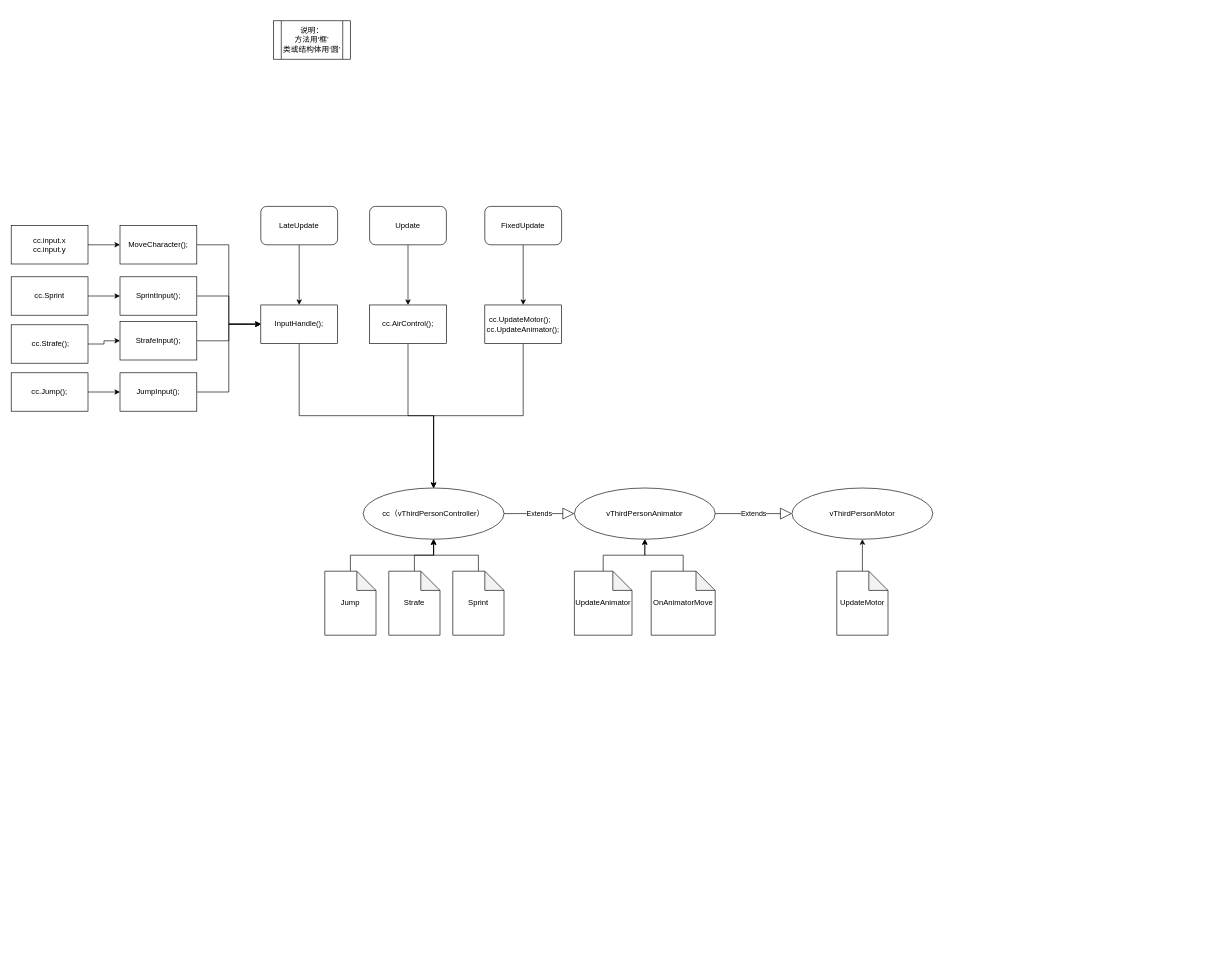
Above: CharacterAnimationGraph.drawio in gatzai/DrawioStorage (draw.io), before the change. Source tidied: cells renumbered, new cells numbered last; positions are measured from the earlier drawing's top-left corner, leaving out a move shared by most shapes. Both pictures are drawn from the tidied source at 64%, with x=0, y=0 at pixel (11, 20).
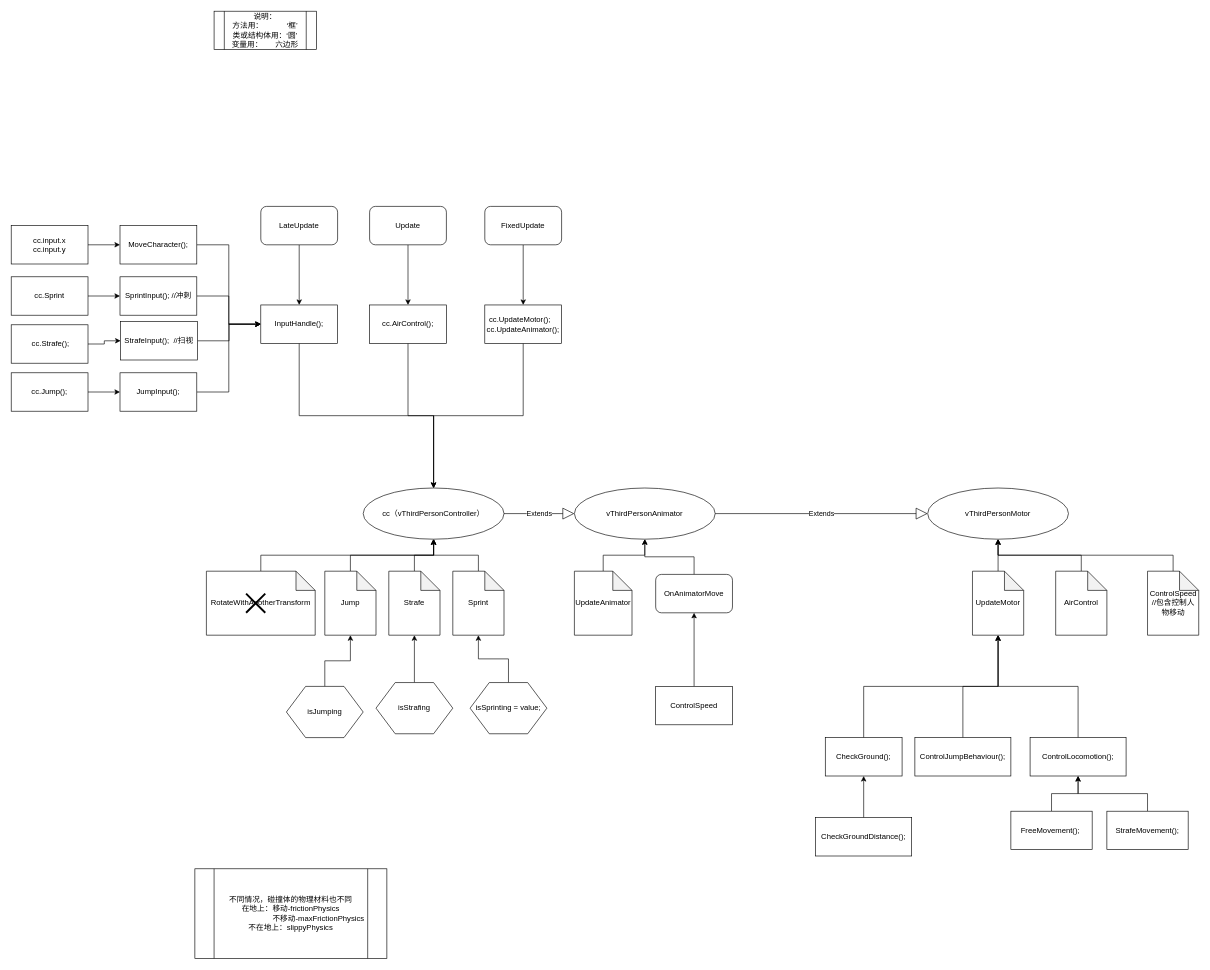
The same page after the edit.

The change refers to these unchanged cells:
```xml
<mxCell id="14" value="cc（vThirdPersonController）" style="ellipse;whiteSpace=wrap;html=1;" parent="1" vertex="1">
  <mxGeometry x="550" y="730" width="220" height="80" as="geometry" />
</mxCell>
<mxCell id="16" value="vThirdPersonAnimator" style="ellipse;whiteSpace=wrap;html=1;" parent="1" vertex="1">
  <mxGeometry x="880" y="730" width="220" height="80" as="geometry" />
</mxCell>
<mxCell id="20" value="Jump" style="shape=note;whiteSpace=wrap;html=1;backgroundOutline=1;darkOpacity=0.05;" parent="1" vertex="1">
  <mxGeometry x="490" y="860" width="80" height="100" as="geometry" />
</mxCell>
<mxCell id="22" value="Strafe" style="shape=note;whiteSpace=wrap;html=1;backgroundOutline=1;darkOpacity=0.05;" parent="1" vertex="1">
  <mxGeometry x="590" y="860" width="80" height="100" as="geometry" />
</mxCell>
<mxCell id="24" value="Sprint" style="shape=note;whiteSpace=wrap;html=1;backgroundOutline=1;darkOpacity=0.05;" parent="1" vertex="1">
  <mxGeometry x="690" y="860" width="80" height="100" as="geometry" />
</mxCell>
```

The edit, as a diff of the source:
```diff
@@
     <mxCell id="17" value="vThirdPersonMotor" style="ellipse;whiteSpace=wrap;html=1;" parent="1" vertex="1">
-      <mxGeometry x="1220" y="730" width="220" height="80" as="geometry" />
+      <mxGeometry x="1432" y="730" width="220" height="80" as="geometry" />
     </mxCell>
@@
-    <mxCell id="27" style="edgeStyle=orthogonalEdgeStyle;rounded=0;jettySize=auto;html=1;exitX=0.5;exitY=0;exitDx=0;exitDy=0;exitPerimeter=0;" parent="1" edge="1" source="28" target="16">
+    <mxCell id="27" style="edgeStyle=orthogonalEdgeStyle;rounded=0;jettySize=auto;html=1;exitX=0.5;exitY=0;exitDx=0;exitDy=0;" parent="1" edge="1" source="28" target="16">
       <mxGeometry relative="1" as="geometry" />
     </mxCell>
-    <mxCell id="28" value="OnAnimatorMove" style="shape=note;whiteSpace=wrap;html=1;backgroundOutline=1;darkOpacity=0.05;" parent="1" vertex="1">
-      <mxGeometry x="1000" y="860" width="100" height="100" as="geometry" />
-    </mxCell>
-    <mxCell id="29" value="说明：&lt;br&gt;方法用‘框’&lt;br&gt;类或结构体用‘圆’&lt;br&gt;" style="shape=process;whiteSpace=wrap;html=1;backgroundOutline=1;" parent="1" vertex="1">
-      <mxGeometry x="410" width="120" height="60" as="geometry" />
+    <mxCell id="29" value="说明：&lt;br&gt;方法用：&amp;nbsp; &amp;nbsp; &amp;nbsp; &amp;nbsp; &amp;nbsp; &amp;nbsp;‘框’&lt;br&gt;类或结构体用：‘圆’&lt;br&gt;变量用：&amp;nbsp; &amp;nbsp; &amp;nbsp; 六边形" style="shape=process;whiteSpace=wrap;html=1;backgroundOutline=1;" parent="1" vertex="1">
+      <mxGeometry x="317" y="-15" width="160" height="60" as="geometry" />
     </mxCell>
@@
-    <mxCell id="35" value="&lt;div style=&quot;white-space: normal&quot;&gt;&lt;div&gt;SprintInput();&lt;/div&gt;&lt;/div&gt;" style="rounded=0;whiteSpace=wrap;html=1;" parent="1" vertex="1">
+    <mxCell id="35" value="&lt;div style=&quot;white-space: normal&quot;&gt;&lt;div&gt;SprintInput(); //冲刺&lt;/div&gt;&lt;/div&gt;" style="rounded=0;whiteSpace=wrap;html=1;" parent="1" vertex="1">
       <mxGeometry x="170" y="400" width="120" height="60" as="geometry" />
     </mxCell>
@@
-    <mxCell id="37" value="&lt;div style=&quot;white-space: normal&quot;&gt;&lt;div&gt;StrafeInput();&lt;/div&gt;&lt;/div&gt;" style="rounded=0;whiteSpace=wrap;html=1;" parent="1" vertex="1">
-      <mxGeometry x="170" y="470" width="120" height="60" as="geometry" />
+    <mxCell id="37" value="&lt;div style=&quot;white-space: normal&quot;&gt;&lt;div&gt;StrafeInput();&amp;nbsp; //扫视&lt;/div&gt;&lt;/div&gt;" style="rounded=0;whiteSpace=wrap;html=1;" parent="1" vertex="1">
+      <mxGeometry x="171" y="470" width="120" height="60" as="geometry" />
     </mxCell>
@@
     <mxCell id="47" value="UpdateMotor" style="shape=note;whiteSpace=wrap;html=1;backgroundOutline=1;darkOpacity=0.05;" parent="1" vertex="1">
-      <mxGeometry x="1290" y="860" width="80" height="100" as="geometry" />
+      <mxGeometry x="1502" y="860" width="80" height="100" as="geometry" />
     </mxCell>
+    <mxCell id="48" style="edgeStyle=orthogonalEdgeStyle;rounded=0;jettySize=auto;html=1;exitX=0.5;exitY=0;exitDx=0;exitDy=0;exitPerimeter=0;" parent="1" edge="1" source="49" target="14">
+      <mxGeometry relative="1" as="geometry" />
+    </mxCell>
+    <mxCell id="49" value="RotateWithAnotherTransform" style="shape=note;whiteSpace=wrap;html=1;backgroundOutline=1;darkOpacity=0.05;" parent="1" vertex="1">
+      <mxGeometry x="305" y="860" width="170" height="100" as="geometry" />
+    </mxCell>
+    <mxCell id="50" style="edgeStyle=orthogonalEdgeStyle;rounded=0;jettySize=auto;html=1;exitX=0.5;exitY=0;exitDx=0;exitDy=0;exitPerimeter=0;" parent="1" edge="1" source="51" target="17">
+      <mxGeometry relative="1" as="geometry" />
+    </mxCell>
+    <mxCell id="51" value="AirControl" style="shape=note;whiteSpace=wrap;html=1;backgroundOutline=1;darkOpacity=0.05;" parent="1" vertex="1">
+      <mxGeometry x="1632" y="860" width="80" height="100" as="geometry" />
+    </mxCell>
+    <mxCell id="52" style="edgeStyle=orthogonalEdgeStyle;rounded=0;jettySize=auto;html=1;exitX=0.5;exitY=0;exitDx=0;exitDy=0;" parent="1" edge="1" source="53" target="47">
+      <mxGeometry relative="1" as="geometry" />
+    </mxCell>
+    <mxCell id="53" value="CheckGround();" style="rounded=0;whiteSpace=wrap;html=1;" parent="1" vertex="1">
+      <mxGeometry x="1272" y="1120" width="120" height="60" as="geometry" />
+    </mxCell>
+    <mxCell id="54" style="edgeStyle=orthogonalEdgeStyle;rounded=0;jettySize=auto;html=1;exitX=0.5;exitY=0;exitDx=0;exitDy=0;" parent="1" edge="1" source="55" target="47">
+      <mxGeometry relative="1" as="geometry" />
+    </mxCell>
+    <mxCell id="55" value="ControlJumpBehaviour();" style="rounded=0;whiteSpace=wrap;html=1;" parent="1" vertex="1">
+      <mxGeometry x="1412" y="1120" width="150" height="60" as="geometry" />
+    </mxCell>
+    <mxCell id="56" style="edgeStyle=orthogonalEdgeStyle;rounded=0;jettySize=auto;html=1;exitX=0.5;exitY=0;exitDx=0;exitDy=0;" parent="1" edge="1" source="57" target="47">
+      <mxGeometry relative="1" as="geometry" />
+    </mxCell>
+    <mxCell id="57" value="ControlLocomotion();" style="rounded=0;whiteSpace=wrap;html=1;" parent="1" vertex="1">
+      <mxGeometry x="1592" y="1120" width="150" height="60" as="geometry" />
+    </mxCell>
+    <mxCell id="58" style="edgeStyle=orthogonalEdgeStyle;rounded=0;jettySize=auto;html=1;exitX=0.5;exitY=0;exitDx=0;exitDy=0;" parent="1" edge="1" source="59" target="53">
+      <mxGeometry relative="1" as="geometry" />
+    </mxCell>
+    <mxCell id="59" value="CheckGroundDistance();" style="rounded=0;whiteSpace=wrap;html=1;" parent="1" vertex="1">
+      <mxGeometry x="1257" y="1245" width="150" height="60" as="geometry" />
+    </mxCell>
+    <mxCell id="60" style="edgeStyle=orthogonalEdgeStyle;rounded=0;jettySize=auto;html=1;exitX=0.5;exitY=0;exitDx=0;exitDy=0;" parent="1" edge="1" source="61" target="57">
+      <mxGeometry relative="1" as="geometry" />
+    </mxCell>
+    <mxCell id="61" value="FreeMovement();&amp;nbsp;" style="rounded=0;whiteSpace=wrap;html=1;" parent="1" vertex="1">
+      <mxGeometry x="1562" y="1235" width="127" height="60" as="geometry" />
+    </mxCell>
+    <mxCell id="62" style="edgeStyle=orthogonalEdgeStyle;rounded=0;jettySize=auto;html=1;exitX=0.5;exitY=0;exitDx=0;exitDy=0;" parent="1" edge="1" source="63" target="57">
+      <mxGeometry relative="1" as="geometry" />
+    </mxCell>
+    <mxCell id="63" value="StrafeMovement();" style="rounded=0;whiteSpace=wrap;html=1;" parent="1" vertex="1">
+      <mxGeometry x="1712" y="1235" width="127" height="60" as="geometry" />
+    </mxCell>
+    <mxCell id="64" style="edgeStyle=orthogonalEdgeStyle;rounded=0;jettySize=auto;html=1;exitX=0.5;exitY=0;exitDx=0;exitDy=0;" parent="1" edge="1" source="65" target="22">
+      <mxGeometry relative="1" as="geometry" />
+    </mxCell>
+    <mxCell id="65" value="isStrafing" style="shape=hexagon;perimeter=hexagonPerimeter2;whiteSpace=wrap;html=1;" parent="1" vertex="1">
+      <mxGeometry x="570" y="1034" width="120" height="80" as="geometry" />
+    </mxCell>
+    <mxCell id="66" style="edgeStyle=orthogonalEdgeStyle;rounded=0;jettySize=auto;html=1;exitX=0.5;exitY=0;exitDx=0;exitDy=0;" parent="1" edge="1" source="67" target="24">
+      <mxGeometry relative="1" as="geometry" />
+    </mxCell>
+    <mxCell id="67" value="isSprinting = value;" style="shape=hexagon;perimeter=hexagonPerimeter2;whiteSpace=wrap;html=1;" parent="1" vertex="1">
+      <mxGeometry x="717" y="1034" width="120" height="80" as="geometry" />
+    </mxCell>
+    <mxCell id="68" style="edgeStyle=orthogonalEdgeStyle;rounded=0;jettySize=auto;html=1;exitX=0.5;exitY=0;exitDx=0;exitDy=0;" parent="1" edge="1" source="69" target="20">
+      <mxGeometry relative="1" as="geometry" />
+    </mxCell>
+    <mxCell id="69" value="isJumping" style="shape=hexagon;perimeter=hexagonPerimeter2;whiteSpace=wrap;html=1;" parent="1" vertex="1">
+      <mxGeometry x="430" y="1040" width="120" height="80" as="geometry" />
+    </mxCell>
+    <mxCell id="70" style="shape=umlDestroy;whiteSpace=wrap;html=1;strokeWidth=3;" parent="1" vertex="1">
+      <mxGeometry x="367" y="895" width="30" height="30" as="geometry" />
+    </mxCell>
+    <mxCell id="71" value="不同情况，碰撞体的物理材料也不同&lt;br&gt;在地上：移动-frictionPhysics&lt;br&gt;&amp;nbsp; &amp;nbsp; &amp;nbsp; &amp;nbsp; &amp;nbsp; &amp;nbsp; &amp;nbsp; &amp;nbsp; &amp;nbsp; &amp;nbsp; &amp;nbsp; &amp;nbsp; &amp;nbsp; 不移动-maxFrictionPhysics&lt;br&gt;不在地上：slippyPhysics" style="shape=process;whiteSpace=wrap;html=1;backgroundOutline=1;" parent="1" vertex="1">
+      <mxGeometry x="287" y="1325" width="300" height="140" as="geometry" />
+    </mxCell>
+    <mxCell id="28" value="&lt;span style=&quot;white-space: normal&quot;&gt;OnAnimatorMove&lt;/span&gt;" style="rounded=1;whiteSpace=wrap;html=1;" parent="1" vertex="1">
+      <mxGeometry x="1007" y="865" width="120" height="60" as="geometry" />
+    </mxCell>
+    <mxCell id="72" style="edgeStyle=orthogonalEdgeStyle;rounded=0;jettySize=auto;html=1;exitX=0.5;exitY=0;exitDx=0;exitDy=0;" parent="1" edge="1" source="73" target="28">
+      <mxGeometry relative="1" as="geometry" />
+    </mxCell>
+    <mxCell id="73" value="ControlSpeed" style="rounded=0;whiteSpace=wrap;html=1;" parent="1" vertex="1">
+      <mxGeometry x="1007" y="1040" width="120" height="60" as="geometry" />
+    </mxCell>
+    <mxCell id="74" style="edgeStyle=orthogonalEdgeStyle;rounded=0;jettySize=auto;html=1;exitX=0.5;exitY=0;exitDx=0;exitDy=0;exitPerimeter=0;" parent="1" edge="1" source="75" target="17">
+      <mxGeometry relative="1" as="geometry" />
+    </mxCell>
+    <mxCell id="75" value="ControlSpeed&lt;br&gt;//包含控制人物移动" style="shape=note;whiteSpace=wrap;html=1;backgroundOutline=1;darkOpacity=0.05;" parent="1" vertex="1">
+      <mxGeometry x="1775.5" y="860" width="80" height="100" as="geometry" />
+    </mxCell>
```
